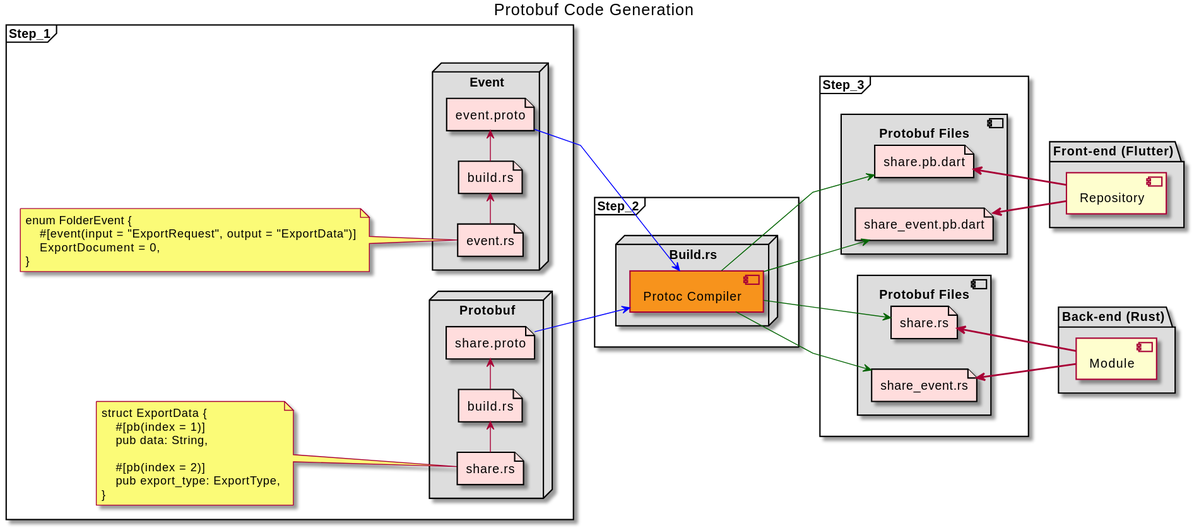
Above: uml/output/FlowySDK-Protobuf_Code_Generation.svg in AppFlowy-IO/AppFlowy-Docs (PlantUML), before the change. The source it was exported from:
```plantuml
@startuml FlowySDK
title Protobuf Code Generation
left to right direction
skinparam linetype polyline

frame Step_1 {
    node "Event" #DDDDDD {
        file EventSource as "event.rs" #FFDDDD
        file EventCodeGen as "build.rs" #FFDDDD
        file EventDefine as "event.proto" #FFDDDD
    }
    note left of EventSource
    enum FolderEvent {
        #[event(input = "ExportRequest", output = "ExportData")]
        ExportDocument = 0,
    }
    end note

    node "Protobuf" #DDDDDD {
        file PBSource as "share.rs" #FFDDDD
        file PBCodeGen as "build.rs" #FFDDDD
        file PBDefine as "share.proto" #FFDDDD
    }
    note left of PBSource
    struct ExportData {
        #[pb(index = 1)]
        pub data: String,

        #[pb(index = 2)]
        pub export_type: ExportType,
    }
    end note

    EventSource -> EventCodeGen
        EventCodeGen -> EventDefine
        PBSource -> PBCodeGen
        PBCodeGen -> PBDefine
}

frame Step_2 {
    node "Build.rs" #DDDDDD {
        component Builder as "Protoc Compiler" #F7931E
    }
}


frame Step_3 {
    component Protobuf_Files_Dart as "Protobuf Files" #DDDDDD {
        file dart_event as "share_event.pb.dart" #FFDDDD
        file dart_pb as "share.pb.dart" #FFDDDD
    }

    component Protobuf_Files_Rust as "Protobuf Files" #DDDDDD {
        file rust_event as "share_event.rs" #FFDDDD
        file rust_pb as "share.rs" #FFDDDD
    }
}
package "Front-end (Flutter)" #DDDDDD {
    component Repository
}

package "Back-end (Rust)" #DDDDDD {
    component Module
}


EventDefine -[#blue]-> Builder
PBDefine -[#blue]-> Builder

Builder -[#DarkGreen]-> dart_event
Builder -[#DarkGreen]-> dart_pb
Builder -[#DarkGreen]-> rust_event
Builder -[#DarkGreen]-> rust_pb

Repository -[bold]up-> dart_event
Repository -[bold]up-> dart_pb

Module -[bold]up-> rust_event
Module -[bold]up-> rust_pb
@enduml
```
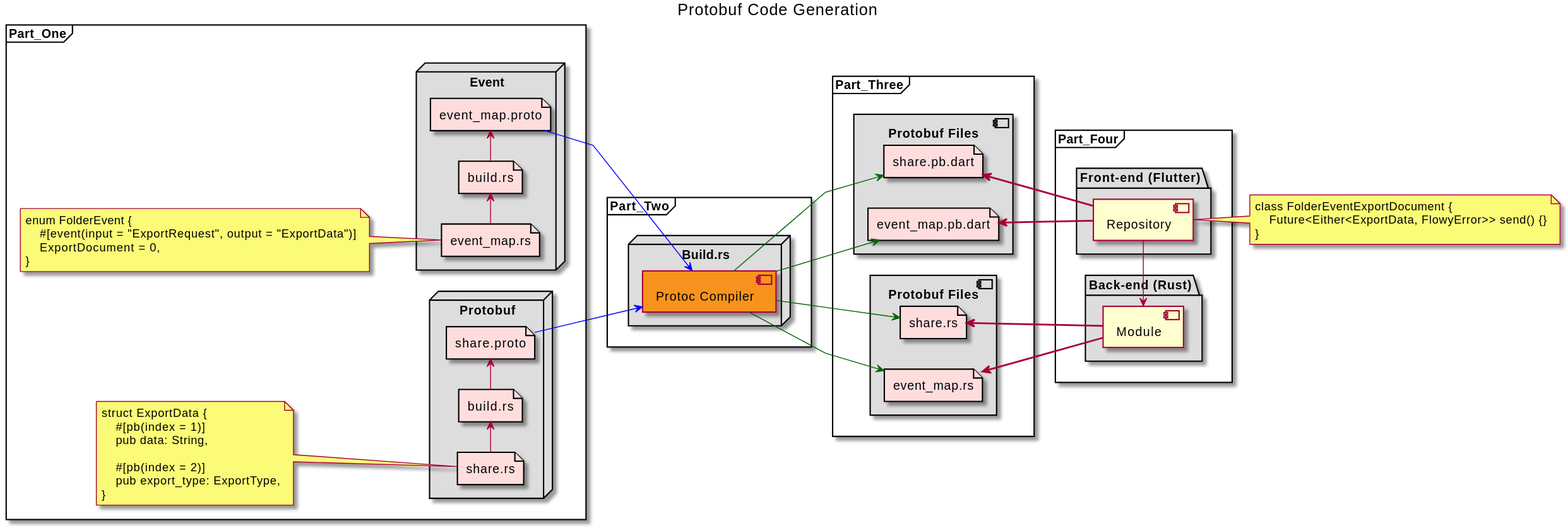
After the change.

Diff of the diagram source:
```diff
@@ -3,11 +3,11 @@
 left to right direction
 skinparam linetype polyline
 
-frame Step_1 {
+frame Part_One {
     node "Event" #DDDDDD {
-        file EventSource as "event.rs" #FFDDDD
+        file EventSource as "event_map.rs" #FFDDDD
         file EventCodeGen as "build.rs" #FFDDDD
-        file EventDefine as "event.proto" #FFDDDD
+        file EventDefine as "event_map.proto" #FFDDDD
     }
     note left of EventSource
     enum FolderEvent {
@@ -37,32 +37,34 @@
         PBCodeGen -> PBDefine
 }
 
-frame Step_2 {
+frame Part_Two {
     node "Build.rs" #DDDDDD {
         component Builder as "Protoc Compiler" #F7931E
     }
 }
 
 
-frame Step_3 {
+frame Part_Three {
     component Protobuf_Files_Dart as "Protobuf Files" #DDDDDD {
-        file dart_event as "share_event.pb.dart" #FFDDDD
+        file dart_event as "event_map.pb.dart" #FFDDDD
         file dart_pb as "share.pb.dart" #FFDDDD
     }
 
     component Protobuf_Files_Rust as "Protobuf Files" #DDDDDD {
-        file rust_event as "share_event.rs" #FFDDDD
+        file rust_event as "event_map.rs" #FFDDDD
         file rust_pb as "share.rs" #FFDDDD
     }
 }
-package "Front-end (Flutter)" #DDDDDD {
-    component Repository
+
+frame Part_Four {
+    package "Front-end (Flutter)" #DDDDDD {
+        component Repository
+    }
+
+    package "Back-end (Rust)" #DDDDDD {
+        component Module
+    }
 }
-
-package "Back-end (Rust)" #DDDDDD {
-    component Module
-}
-
 
 EventDefine -[#blue]-> Builder
 PBDefine -[#blue]-> Builder
@@ -77,4 +79,10 @@
 
 Module -[bold]up-> rust_event
 Module -[bold]up-> rust_pb
+Repository -> Module
+note right of Repository
+class FolderEventExportDocument {
+    Future<Either<ExportData, FlowyError>> send() {}
+}
+end note
 @enduml
```
